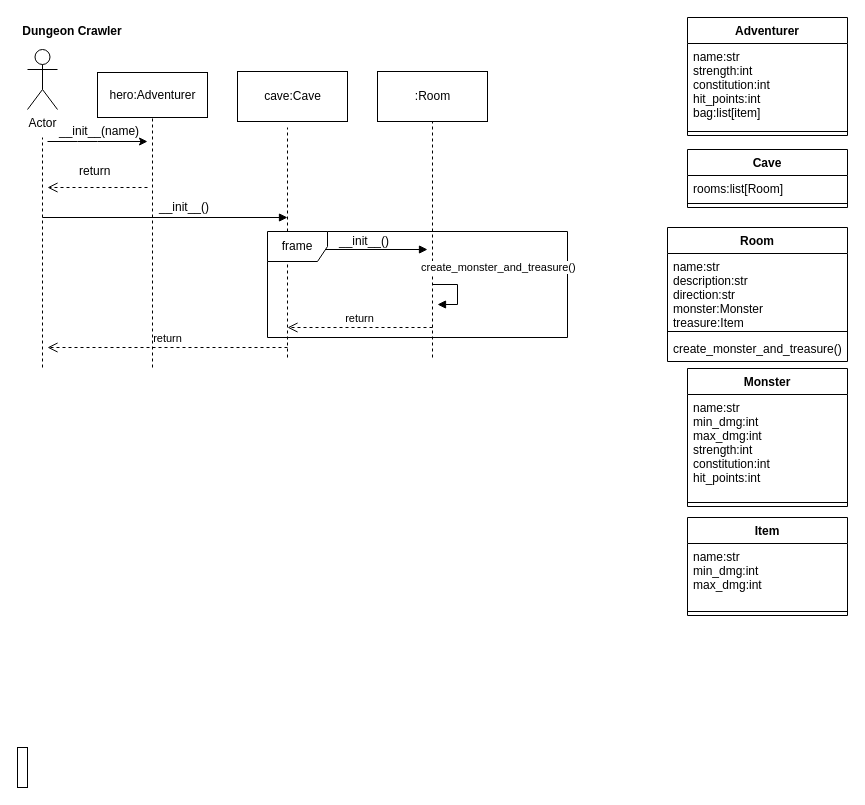
The draw.io diagram dungeon_crawler.dio in nTune1030/dungeon_crawler, before the edit. Source tidied: cells renumbered, new cells numbered last; positions are measured from the earlier drawing's top-left corner, leaving out a move shared by most shapes. Both pictures are drawn from the tidied source at 100%, with x=0, y=0 at pixel (17, 17).
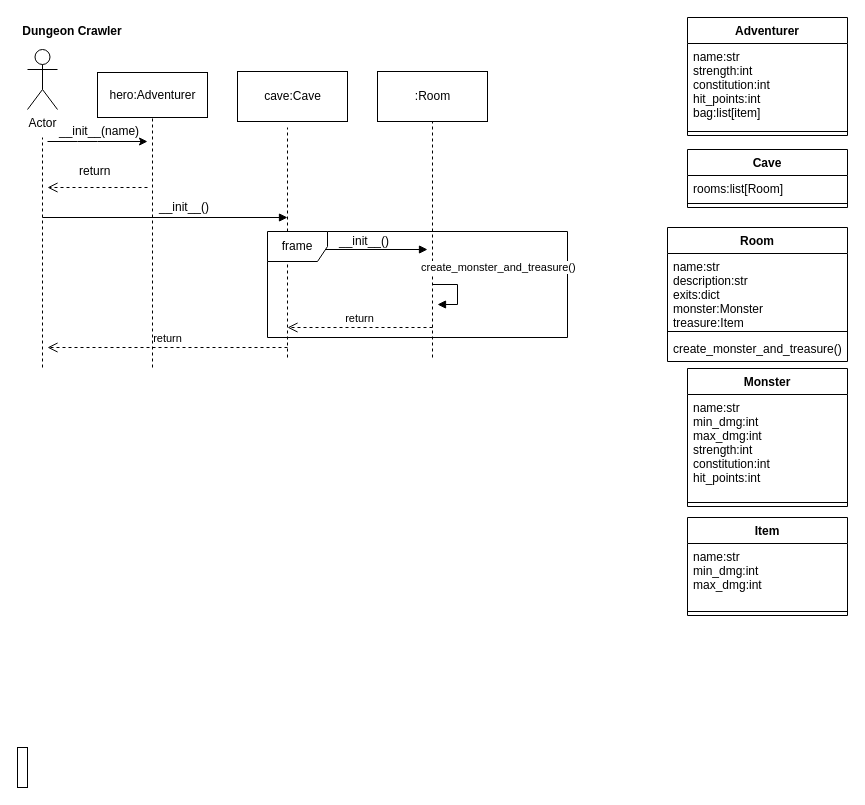
The same page after the edit.

Unchanged cells that the change refers to:
```xml
<mxCell id="11" value="Room" style="swimlane;fontStyle=1;align=center;verticalAlign=top;horizontal=1;startSize=26;swimlaneFillColor=#ffffff;" parent="1" vertex="1">
  <mxGeometry x="650" y="210" width="180" height="134" as="geometry" />
</mxCell>
```

The edit, as a diff of the source:
```diff
@@
-    <mxCell id="12" value="name:str&#10;description:str&#10;direction:str&#10;monster:Monster&#10;treasure:Item" style="text;strokeColor=none;fillColor=none;align=left;verticalAlign=top;spacingLeft=4;spacingRight=4;overflow=hidden;" parent="11" vertex="1">
+    <mxCell id="12" value="name:str&#10;description:str&#10;exits:dict&#10;monster:Monster&#10;treasure:Item" style="text;strokeColor=none;fillColor=none;align=left;verticalAlign=top;spacingLeft=4;spacingRight=4;overflow=hidden;" parent="11" vertex="1">
       <mxGeometry y="26" width="180" height="74" as="geometry" />
     </mxCell>
```
